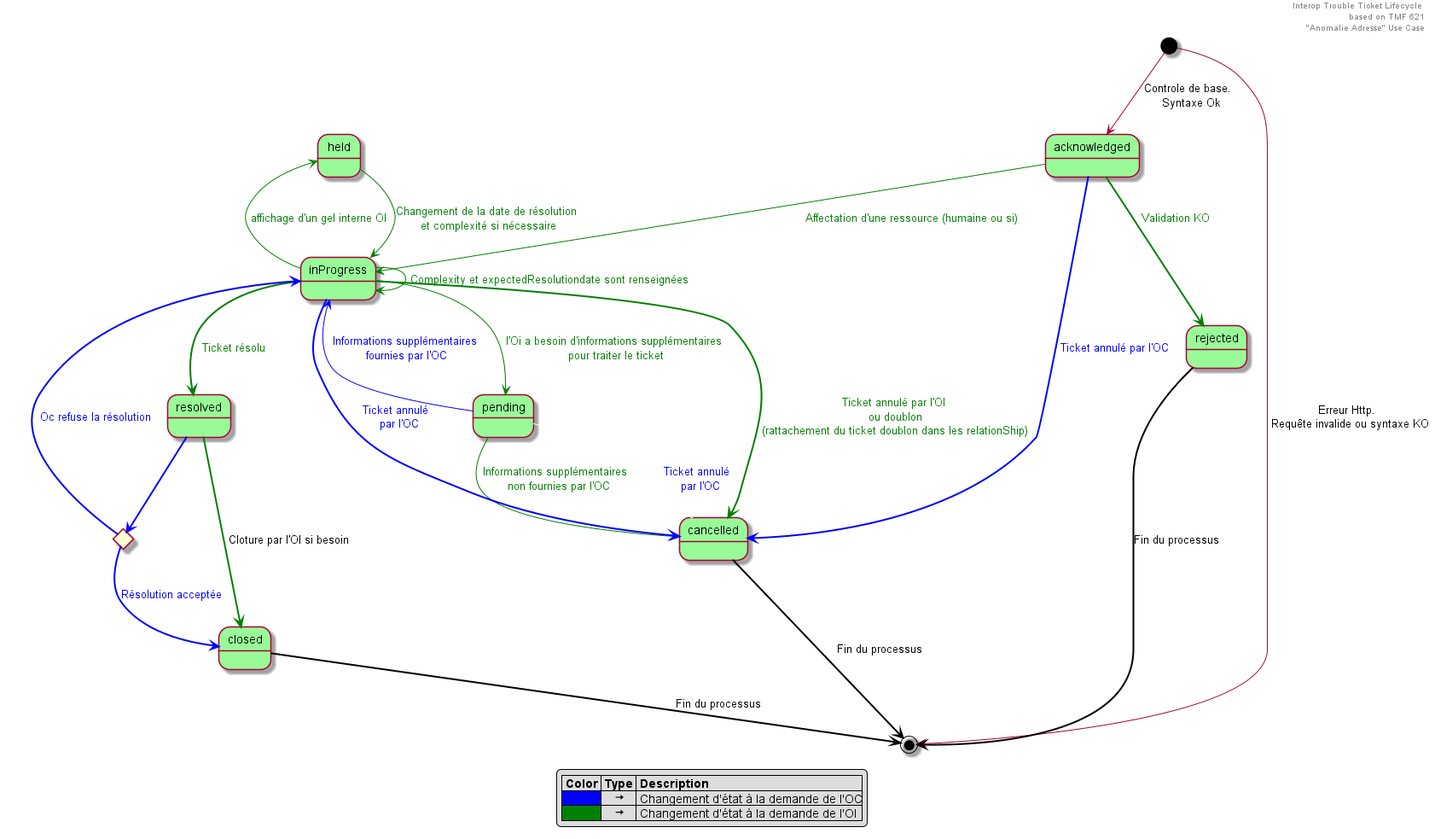
This is image/lifecycle.png from before-interop/ticketing, a PlantUML export, as it was before one commit.
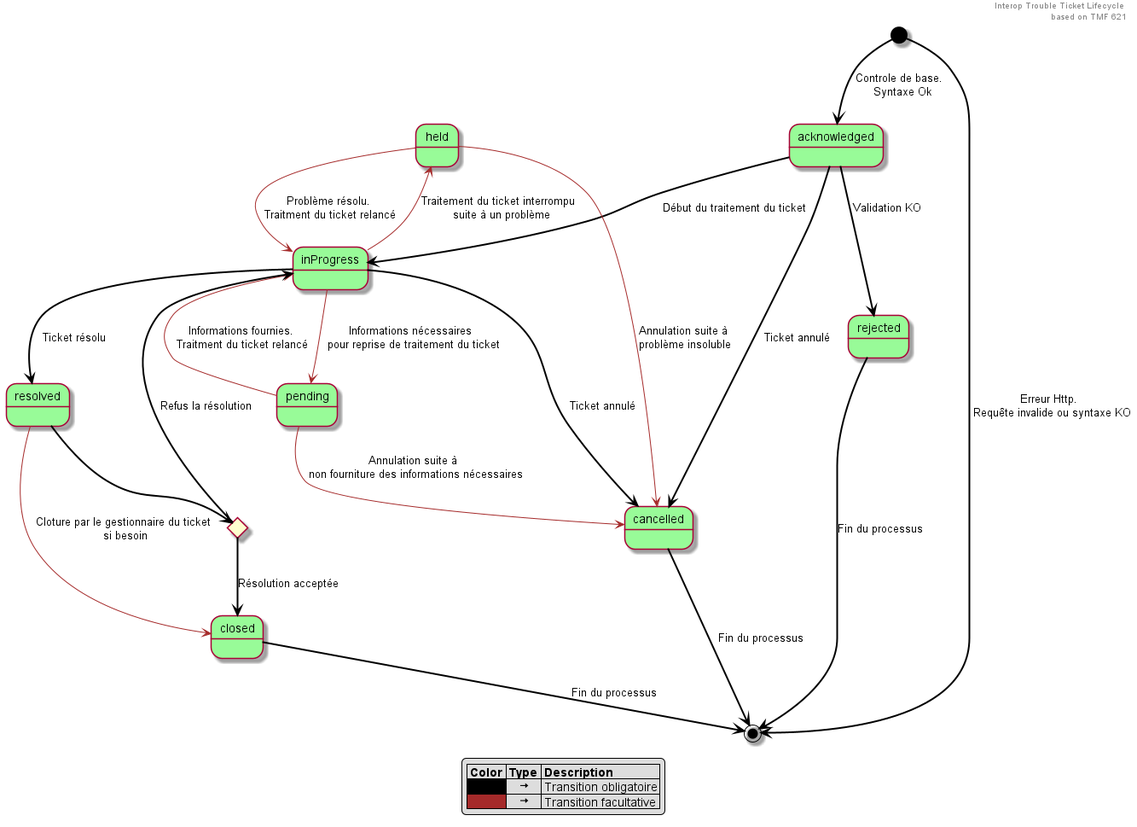
After the change.

Diff of the diagram source:
```diff
@@ -1,6 +1,7 @@
 @startuml
-header Interop Trouble Ticket Lifecycle \nbased on TMF 621\n"Anomalie Adresse" Use Case
+skinParam ArrowColor #black
 
+header Interop Trouble Ticket Lifecycle \nbased on TMF 621
 
 state acknowledged #palegreen
 state inProgress #palegreen
@@ -12,37 +13,36 @@
 state held #palegreen
 state pending #palegreen
 
-[*] --> acknowledged: Controle de base. \n Syntaxe Ok
-[*] --> [*]: Erreur Http. \n Requête invalide ou syntaxe KO
+[*] -[bold]-> acknowledged: Controle de base. \n Syntaxe Ok
+[*] -[bold]-> [*]: Erreur Http. \n Requête invalide ou syntaxe KO
 
-acknowledged -[#green]-> inProgress: <color:#green>Affectation d'une ressource (humaine ou si)
-acknowledged -[bold,#green]-> rejected: <color:#green>Validation KO
-acknowledged -[bold,#blue]-> cancelled: <color:#blue>Ticket annulé par l'OC
+acknowledged -[bold]-> inProgress: Début du traitement du ticket
+acknowledged -[bold]-> rejected: Validation KO
+acknowledged -[bold]-> cancelled: Ticket annulé
 
-inProgress -[#green]-> pending: <color:#green>l'Oi a besoin d'informations supplémentaires\n<color:#green> pour traiter le ticket
-pending -right[#green]-> cancelled: <color:#green>Informations supplémentaires \n <color:#green>non fournies par l'OC
-pending -[#bue]-> cancelled: <color:#blue>Ticket annulé \n<color:#blue> par l'OC
-pending -[#blue]-> inProgress: <color:#blue>Informations supplémentaires \n<color:#blue>fournies par l'OC
-inProgress -[bold,#green]-> cancelled: <color:#green>Ticket annulé par l'OI \n<color:#green> ou doublon \n<color:#green>(rattachement du ticket doublon dans les relationShip)
-inProgress -[bold,#blue]-> cancelled: <color:#blue>Ticket annulé \n<color:#blue> par l'OC
-inProgress -[bold,#green]-> resolved: <color:#green>Ticket résolu
-inProgress -up[#green]-> held: <color:#green>affichage d'un gel interne OI
-inProgress -[#green]-> inProgress : <color:#green>Complexity et expectedResolutiondate sont renseignées
-held -[#green]-> inProgress: <color:#green>Changement de la date de résolution\n<color:#green> et complexité si nécessaire
+inProgress -[#brown]-> pending: Informations nécessaires \n pour reprise de traitement du ticket
+pending -down[#brown]-> cancelled: Annulation suite à \n non fourniture des informations nécessaires
+pending -[#brown]-> inProgress: Informations fournies.\n Traitment du ticket relancé
+inProgress -[bold]-> cancelled: Ticket annulé
+inProgress -[bold]-> resolved: Ticket résolu
+inProgress -up[#brown]-> held: Traitement du ticket interrompu \n suite à un problème
 
-resolved -[bold,#blue]-> choice
-resolved -[bold,#green]-> closed: Cloture par l'OI si besoin
-choice -[bold,#blue]-> inProgress: <color:#blue>Oc refuse la résolution
-choice -[bold,#blue]-> closed: <color:#blue>Résolution acceptée
+held -[#brown]-> cancelled: Annulation suite à \nproblème insoluble
+held -[#brown]-> inProgress: Problème résolu.\n Traitment du ticket relancé
 
-closed -[bold,#black]-> [*]: Fin du processus
-cancelled -[bold,#black]-> [*]: Fin du processus
-rejected -[bold,#black]-> [*]: Fin du processus
+resolved -[bold]-> choice
+resolved -[#brown]-> closed: Cloture par le gestionnaire du ticket\n si besoin
+choice -[bold]-> inProgress: Refus la résolution
+choice -[bold]-> closed: Résolution acceptée
+
+closed -[bold]-> [*]: Fin du processus
+cancelled -[bold]-> [*]: Fin du processus
+rejected -[bold]-> [*]: Fin du processus
 
 legend
     |= Color |= Type |= Description |
-    |<#blue>|    <&arrow-right> | Changement d'état à la demande de l'OC|
-    |<#green>|    <&arrow-right> | Changement d'état à la demande de l'OI |
+    |<#black>|    <&arrow-right> | Transition obligatoire|
+    |<#brown>|    <&arrow-right> | Transition facultative |
 endlegend
 
 @enduml
```
